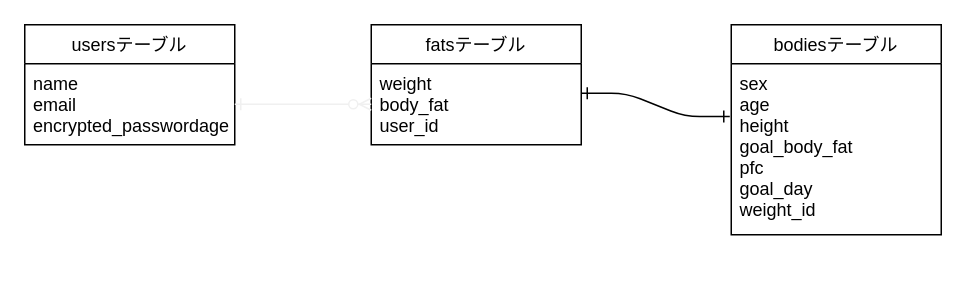
This is designdb.dio from HSKINK/bodyrecord, a draw.io file, before an edit. Source tidied: cells renumbered, new cells numbered last; positions are measured from the earlier drawing's top-left corner, leaving out a move shared by most shapes. Both pictures are drawn from the tidied source at 150%, with x=0, y=0 at pixel (24, 24).
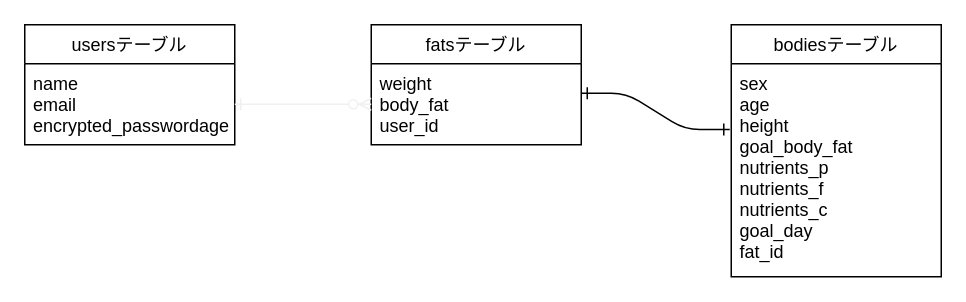
Above is the later version.

Diff of the diagram source:
```diff
@@
 <mxGraphModel>
   <root>
     <mxCell id="0" />
     <mxCell id="1" parent="0" />
     <mxCell id="2" value="usersテーブル" style="swimlane;fontStyle=0;horizontal=1;startSize=26;" parent="1" vertex="1">
       <mxGeometry width="140" height="80" as="geometry" />
     </mxCell>
     <mxCell id="3" value="fatsテーブル" style="swimlane;fontStyle=0;horizontal=1;startSize=26;" parent="1" vertex="1">
       <mxGeometry x="231" width="140" height="80" as="geometry" />
     </mxCell>
     <mxCell id="4" value="weight&#10;body_fat&#10;user_id" style="text;strokeColor=none;fillColor=none;align=left;verticalAlign=top;spacingLeft=4;spacingRight=4;overflow=hidden;points=[[0,0.5],[1,0.5]];portConstraint=eastwest;" parent="3" vertex="1">
       <mxGeometry y="26" width="140" height="54" as="geometry" />
     </mxCell>
     <mxCell id="5" value="bodiesテーブル" style="swimlane;fontStyle=0;horizontal=1;startSize=26;" parent="1" vertex="1">
-      <mxGeometry x="471" width="140" height="140" as="geometry" />
+      <mxGeometry x="471" width="140" height="168" as="geometry" />
     </mxCell>
-    <mxCell id="6" value="sex&#10;age&#10;height&#10;goal_body_fat&#10;pfc&#10;goal_day&#10;weight_id" style="text;strokeColor=none;fillColor=none;align=left;verticalAlign=top;spacingLeft=4;spacingRight=4;overflow=hidden;points=[[0,0.5],[1,0.5]];portConstraint=eastwest;" parent="5" vertex="1">
-      <mxGeometry y="26" width="140" height="114" as="geometry" />
+    <mxCell id="6" value="sex&#10;age&#10;height&#10;goal_body_fat&#10;nutrients_p&#10;nutrients_f&#10;nutrients_c&#10;goal_day&#10;fat_id" style="text;strokeColor=none;fillColor=none;align=left;verticalAlign=top;spacingLeft=4;spacingRight=4;overflow=hidden;points=[[0,0.5],[1,0.5]];portConstraint=eastwest;" parent="5" vertex="1">
+      <mxGeometry y="26" width="140" height="142" as="geometry" />
     </mxCell>
     <mxCell id="7" style="edgeStyle=entityRelationEdgeStyle;fontSize=12;html=1;endArrow=ERone;endFill=0;targetPerimeterSpacing=0;sourcePerimeterSpacing=0;startArrow=ERone;startFill=0;entryX=-0.007;entryY=0.309;entryDx=0;entryDy=0;entryPerimeter=0;exitX=1;exitY=0.364;exitDx=0;exitDy=0;exitPerimeter=0;" parent="1" edge="1" source="4" target="6">
       <mxGeometry relative="1" as="geometry" />
     </mxCell>
     <mxCell id="8" value="name&#10;email&#10;encrypted_passwordage" style="text;strokeColor=none;fillColor=none;align=left;verticalAlign=top;spacingLeft=4;spacingRight=4;overflow=hidden;points=[[0,0.5],[1,0.5]];portConstraint=eastwest;" parent="1" vertex="1">
       <mxGeometry y="26" width="140" height="54" as="geometry" />
     </mxCell>
     <mxCell id="9" style="edgeStyle=entityRelationEdgeStyle;fontSize=12;html=1;endArrow=ERzeroToMany;sourcePerimeterSpacing=0;targetPerimeterSpacing=0;strokeColor=#f0f0f0;entryX=0;entryY=0.5;entryDx=0;entryDy=0;exitX=1;exitY=0.5;exitDx=0;exitDy=0;startArrow=ERone;startFill=0;endFill=1;" parent="1" edge="1" source="8" target="4">
       <mxGeometry relative="1" as="geometry" />
     </mxCell>
   </root>
 </mxGraphModel>
```
